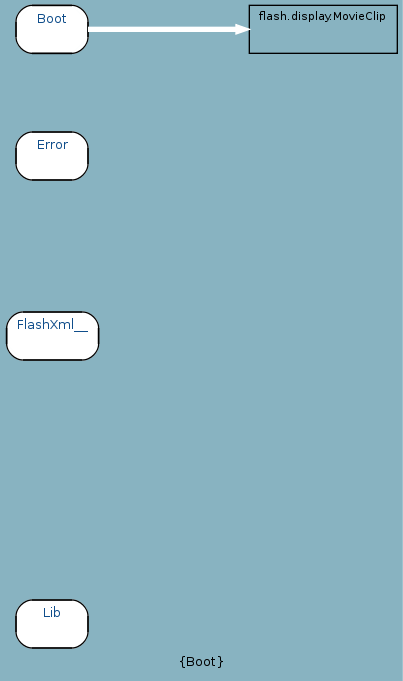
Before: docs/uml/flash_I.png, a diagram exported from Graphviz (google-code-export/haxegui). Its source is kept beside it as docs/uml/flash_I.dot.
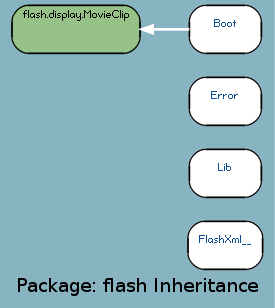
Above is the later version.

What changed in the source:
```diff
@@ -1,14 +1,13 @@
 digraph uml {
-	graph [label="Package: flash Inheritance", ratio=compress, rankdir=LR, size="24,12", overlap=false, fontname=Sans, fontsize=10, bgcolor="#88B3C1", fontcolor=black];
-	node [label="\N", fontname=Sans, fontsize=8, shape=record, color=black, fontcolor=black];
-	edge [fontname=Sans, fontsize=8, minlen=3, color=black, fontcolor=black];
-	graph [label="{Boot}",
-		lp="147,10",
-		bb="0,0,294,503"];
-	"flash.Lib" [label="{Lib}", fontsize=10, fontcolor="#104E8B", style="rounded,filled", fillcolor=white, URL="../types/flash/Lib.html", tooltip=Lib, portPos=e, pos="35,39", rects="8,21,62,57", width="0.75", height="0.50"];
-	"flash.FlashXml__" [label="{FlashXml__}", fontsize=10, fontcolor="#104E8B", style="rounded,filled", fillcolor=white, URL="../types/flash/FlashXml__.html", tooltip=FlashXml__, portPos=e, pos="35,255", rects="1,237,70,273", width="0.94", height="0.50"];
-	"flash.Error" [label="{Error}", fontsize=10, fontcolor="#104E8B", style="rounded,filled", fillcolor=white, URL="../types/flash/Error.html", tooltip=Error, portPos=e, pos="35,390", rects="8,372,62,408", width="0.75", height="0.50"];
-	"flash.Boot" [label="{Boot}", fontsize=10, fontcolor="#104E8B", style="rounded,filled", fillcolor=white, URL="../types/flash/Boot.html", tooltip=Boot, portPos=e, pos="35,485", rects="8,467,62,503", width="0.75", height="0.50"];
-	"flash.display.MovieClip" [pos="238,485", rects="183,467,294,503", width="1.53", height="0.50"];
-	"flash.Boot" -> "flash.display.MovieClip" [color=white, style="setlinewidth(4)", arrowhead=normal, arrowsize="1.0", pos="e,183,485 62,485 90,485 135,485 173,485"];
+	graph [label="Package: flash Inheritance", ratio=compress, rankdir=RL, smoothing=avg_dist, overlap=compress, packMode="graph", labelloc=c, fontname="DejaVu Sans Condenesed", fontsize=14, bgcolor="#88B3C1", fontcolor=black];
+	node [label="\N", style="rounded,filled", fillcolor="#96c288", fontcolor="#104E8B", fontname="FFF Harmony", fontsize=6, shape=record, color=black];
+	edge [fontname=Sans, fontsize=8, minlen="1.2", color=black, fontcolor=black];
+	graph [lp="99,12",
+		bb="0,0,198,223"];
+	"flash.FlashXml__" [label="{\nFlashXml__}", fillcolor=white, URL="../types/flash/FlashXml__.html", tooltip="\nFlashXml__", portPos=w, pos="165,43", rects="137,25,193,61", width="0.78", height="0.50"];
+	"flash.Lib" [label="{\nLib}", fillcolor=white, URL="../types/flash/Lib.html", tooltip="\nLib", portPos=w, pos="165,97", rects="138,79,192,115", width="0.75", height="0.50"];
+	"flash.Error" [label="{\nError}", fillcolor=white, URL="../types/flash/Error.html", tooltip="\nError", portPos=w, pos="165,151", rects="138,133,192,169", width="0.75", height="0.50"];
+	"flash.Boot" [label="{\nBoot}", fillcolor=white, URL="../types/flash/Boot.html", tooltip="\nBoot", portPos=w, pos="165,205", rects="138,187,192,223", width="0.75", height="0.50"];
+	"flash.display.MovieClip" [fontcolor=black, pos="53,205", rects="5,187,101,223", width="1.33", height="0.50"];
+	"flash.Boot" -> "flash.display.MovieClip" [color=white, style=bold, arrowhead=normal, arrowsize="1.0", pos="e,101,205 138,205 130,205 121,205 111,205"];
 }
```
